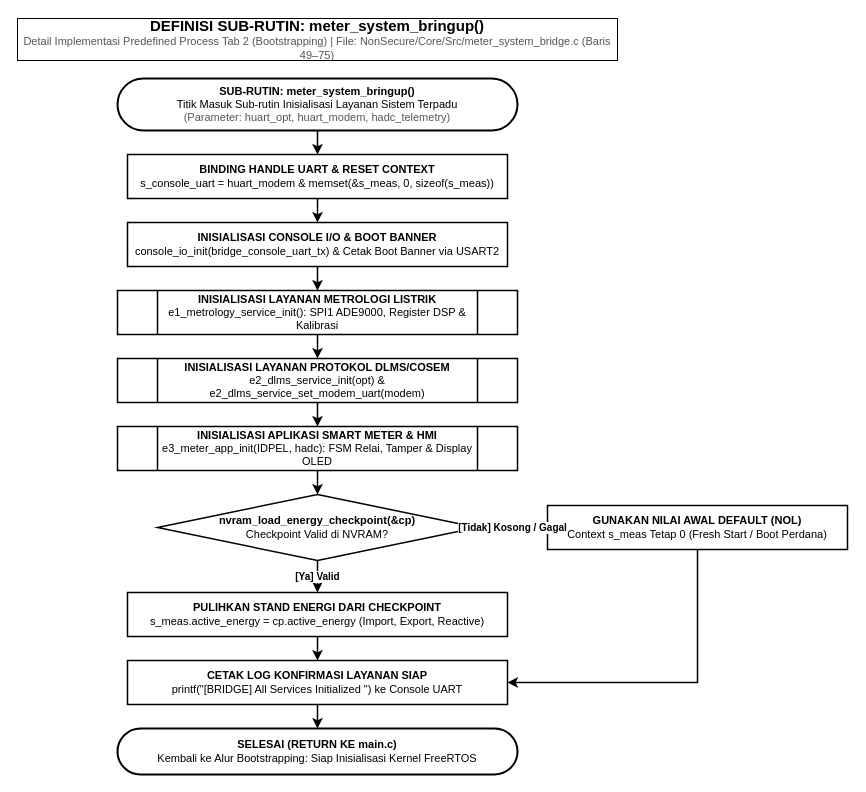
The draw.io diagram docs/flowchart_meter_system_bringup.drawio.xml in Kevla27/ALLIN, before the edit. Source tidied: cells renumbered, new cells numbered last; positions are measured from the earlier drawing's top-left corner, leaving out a move shared by most shapes. Both pictures are drawn from the tidied source at 100%, with x=0, y=0 at pixel (17, 18).
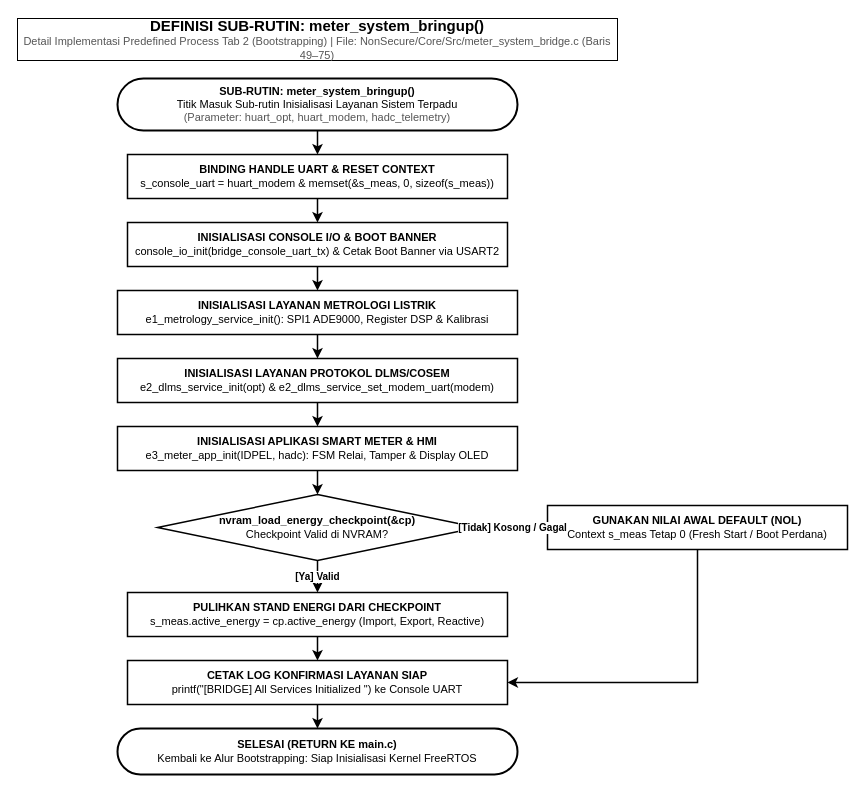
After the change.

Commit message (it also covers changes not shown here):
docs(flowchart): standarisasi u3, u4, u5 sebagai Process biasa untuk mencegah ledakan diagram inisialisasi

The edit, as a diff of the source:
```diff
@@
-    <mxCell id="6" value="&lt;b&gt;INISIALISASI LAYANAN METROLOGI LISTRIK&lt;/b&gt;&lt;br&gt;e1_metrology_service_init(): SPI1 ADE9000, Register DSP &amp;amp; Kalibrasi" style="shape=process;whiteSpace=wrap;html=1;backgroundOutline=1;fillColor=#ffffff;strokeColor=#000000;strokeWidth=1.5;fontColor=#000000;fontSize=11;fontFamily=Helvetica;" parent="1" vertex="1">
+    <mxCell id="6" value="&lt;b&gt;INISIALISASI LAYANAN METROLOGI LISTRIK&lt;/b&gt;&lt;br&gt;e1_metrology_service_init(): SPI1 ADE9000, Register DSP &amp;amp; Kalibrasi" style="whiteSpace=wrap;html=1;fillColor=#ffffff;strokeColor=#000000;strokeWidth=1.5;fontColor=#000000;fontSize=11;fontFamily=Helvetica;" parent="1" vertex="1">
       <mxGeometry x="100" y="272" width="400" height="44" as="geometry" />
     </mxCell>
-    <mxCell id="7" value="&lt;b&gt;INISIALISASI LAYANAN PROTOKOL DLMS/COSEM&lt;/b&gt;&lt;br&gt;e2_dlms_service_init(opt) &amp;amp; e2_dlms_service_set_modem_uart(modem)" style="shape=process;whiteSpace=wrap;html=1;backgroundOutline=1;fillColor=#ffffff;strokeColor=#000000;strokeWidth=1.5;fontColor=#000000;fontSize=11;fontFamily=Helvetica;" parent="1" vertex="1">
+    <mxCell id="7" value="&lt;b&gt;INISIALISASI LAYANAN PROTOKOL DLMS/COSEM&lt;/b&gt;&lt;br&gt;e2_dlms_service_init(opt) &amp;amp; e2_dlms_service_set_modem_uart(modem)" style="whiteSpace=wrap;html=1;fillColor=#ffffff;strokeColor=#000000;strokeWidth=1.5;fontColor=#000000;fontSize=11;fontFamily=Helvetica;" parent="1" vertex="1">
       <mxGeometry x="100" y="340" width="400" height="44" as="geometry" />
     </mxCell>
-    <mxCell id="8" value="&lt;b&gt;INISIALISASI APLIKASI SMART METER &amp;amp; HMI&lt;/b&gt;&lt;br&gt;e3_meter_app_init(IDPEL, hadc): FSM Relai, Tamper &amp;amp; Display OLED" style="shape=process;whiteSpace=wrap;html=1;backgroundOutline=1;fillColor=#ffffff;strokeColor=#000000;strokeWidth=1.5;fontColor=#000000;fontSize=11;fontFamily=Helvetica;" parent="1" vertex="1">
+    <mxCell id="8" value="&lt;b&gt;INISIALISASI APLIKASI SMART METER &amp;amp; HMI&lt;/b&gt;&lt;br&gt;e3_meter_app_init(IDPEL, hadc): FSM Relai, Tamper &amp;amp; Display OLED" style="whiteSpace=wrap;html=1;fillColor=#ffffff;strokeColor=#000000;strokeWidth=1.5;fontColor=#000000;fontSize=11;fontFamily=Helvetica;" parent="1" vertex="1">
       <mxGeometry x="100" y="408" width="400" height="44" as="geometry" />
     </mxCell>
```
